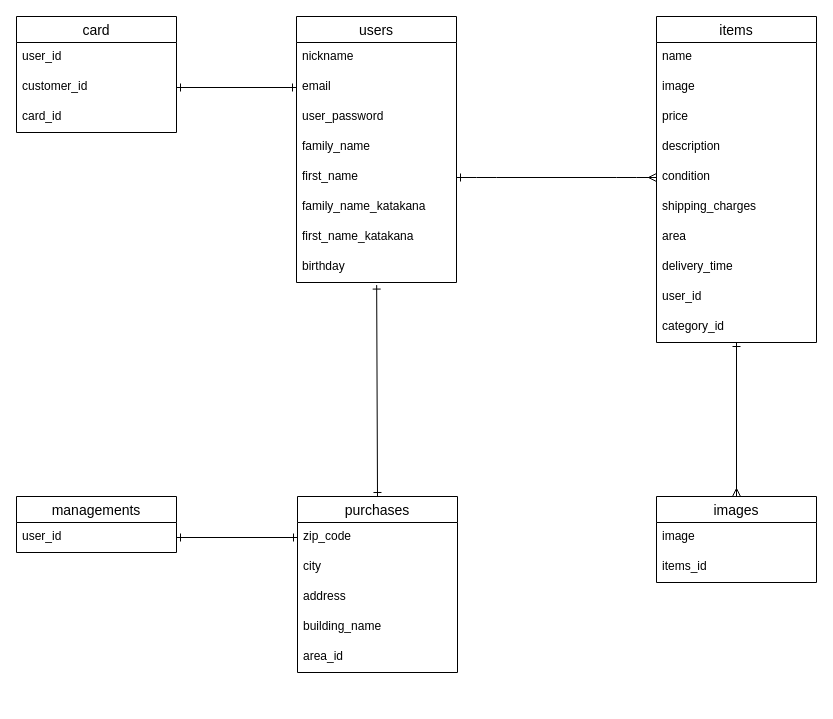
The draw.io diagram furima.dio in knskymsk/furima-39348, before the edit. Source tidied: cells renumbered, new cells numbered last; positions are measured from the earlier drawing's top-left corner, leaving out a move shared by most shapes. Both pictures are drawn from the tidied source at 100%, with x=0, y=0 at pixel (16, 16).
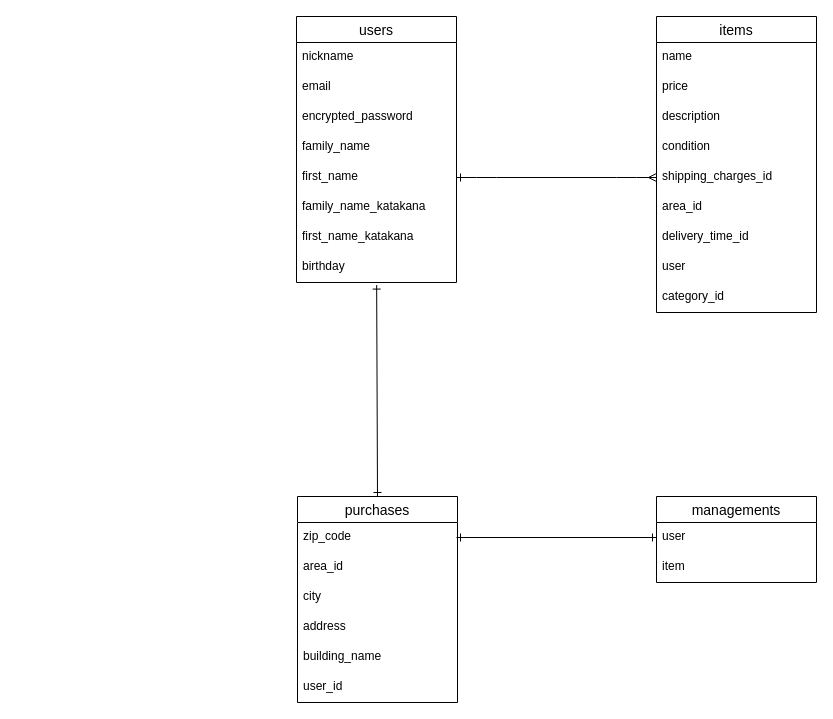
After the change.

Commit message (it also covers changes not shown here):
スペル間違い

Unchanged cells that the change refers to:
```xml
<mxCell id="2" value="users" style="swimlane;fontStyle=0;horizontal=1;startSize=26;align=center;fontSize=14;" parent="1" vertex="1">
  <mxGeometry x="280" width="160" height="266" as="geometry" />
</mxCell>
<mxCell id="4" value="email" style="text;strokeColor=none;fillColor=none;spacingLeft=4;spacingRight=4;overflow=hidden;points=[[0,0.5],[1,0.5]];portConstraint=eastwest;fontSize=12;" parent="2" vertex="1">
  <mxGeometry y="56" width="160" height="30" as="geometry" />
</mxCell>
<mxCell id="7" value="first_name" style="text;strokeColor=none;fillColor=none;spacingLeft=4;spacingRight=4;overflow=hidden;points=[[0,0.5],[1,0.5]];portConstraint=eastwest;fontSize=12;" parent="2" vertex="1">
  <mxGeometry y="146" width="160" height="30" as="geometry" />
</mxCell>
<mxCell id="23" value="zip_code" style="text;strokeColor=none;fillColor=none;spacingLeft=4;spacingRight=4;overflow=hidden;points=[[0,0.5],[1,0.5]];portConstraint=eastwest;fontSize=12;" parent="22" vertex="1">
  <mxGeometry y="26" width="160" height="30" as="geometry" />
</mxCell>
```

What changed in the source:
```diff
@@
-    <mxCell id="5" value="user_password" style="text;strokeColor=none;fillColor=none;spacingLeft=4;spacingRight=4;overflow=hidden;fontSize=12;" parent="2" vertex="1">
+    <mxCell id="5" value="encrypted_password" style="text;strokeColor=none;fillColor=none;spacingLeft=4;spacingRight=4;overflow=hidden;fontSize=12;" parent="2" vertex="1">
       <mxGeometry y="86" width="160" height="30" as="geometry" />
     </mxCell>
@@
     <mxCell id="11" value="items" style="swimlane;fontStyle=0;horizontal=1;startSize=26;align=center;fontSize=14;" parent="1" vertex="1">
-      <mxGeometry x="640" width="160" height="326" as="geometry" />
+      <mxGeometry x="640" width="160" height="296" as="geometry" />
     </mxCell>
@@
-    <mxCell id="13" value="image" style="text;strokeColor=none;fillColor=none;spacingLeft=4;spacingRight=4;overflow=hidden;fontSize=12;" parent="11" vertex="1">
-      <mxGeometry y="56" width="160" height="30" as="geometry" />
-    </mxCell>
     <mxCell id="14" value="price" style="text;strokeColor=none;fillColor=none;spacingLeft=4;spacingRight=4;overflow=hidden;fontSize=12;" parent="11" vertex="1">
-      <mxGeometry y="86" width="160" height="30" as="geometry" />
+      <mxGeometry y="56" width="160" height="30" as="geometry" />
     </mxCell>
     <mxCell id="15" value="description" style="text;strokeColor=none;fillColor=none;spacingLeft=4;spacingRight=4;overflow=hidden;fontSize=12;" parent="11" vertex="1">
-      <mxGeometry y="116" width="160" height="30" as="geometry" />
+      <mxGeometry y="86" width="160" height="30" as="geometry" />
     </mxCell>
     <mxCell id="16" value="condition" style="text;strokeColor=none;fillColor=none;spacingLeft=4;spacingRight=4;overflow=hidden;points=[[0,0.5],[1,0.5]];portConstraint=eastwest;fontSize=12;" parent="11" vertex="1">
-      <mxGeometry y="146" width="160" height="30" as="geometry" />
+      <mxGeometry y="116" width="160" height="30" as="geometry" />
     </mxCell>
-    <mxCell id="17" value="shipping_charges" style="text;strokeColor=none;fillColor=none;spacingLeft=4;spacingRight=4;overflow=hidden;points=[[0,0.5],[1,0.5]];portConstraint=eastwest;fontSize=12;" parent="11" vertex="1">
-      <mxGeometry y="176" width="160" height="30" as="geometry" />
+    <mxCell id="17" value="shipping_charges_id" style="text;strokeColor=none;fillColor=none;spacingLeft=4;spacingRight=4;overflow=hidden;points=[[0,0.5],[1,0.5]];portConstraint=eastwest;fontSize=12;" parent="11" vertex="1">
+      <mxGeometry y="146" width="160" height="30" as="geometry" />
     </mxCell>
-    <mxCell id="18" value="area" style="text;strokeColor=none;fillColor=none;spacingLeft=4;spacingRight=4;overflow=hidden;fontSize=12;" parent="11" vertex="1">
-      <mxGeometry y="206" width="160" height="30" as="geometry" />
+    <mxCell id="18" value="area_id" style="text;strokeColor=none;fillColor=none;spacingLeft=4;spacingRight=4;overflow=hidden;fontSize=12;" parent="11" vertex="1">
+      <mxGeometry y="176" width="160" height="30" as="geometry" />
     </mxCell>
-    <mxCell id="19" value="delivery_time" style="text;strokeColor=none;fillColor=none;spacingLeft=4;spacingRight=4;overflow=hidden;fontSize=12;" parent="11" vertex="1">
-      <mxGeometry y="236" width="160" height="30" as="geometry" />
+    <mxCell id="19" value="delivery_time_id" style="text;strokeColor=none;fillColor=none;spacingLeft=4;spacingRight=4;overflow=hidden;fontSize=12;" parent="11" vertex="1">
+      <mxGeometry y="206" width="160" height="30" as="geometry" />
     </mxCell>
-    <mxCell id="20" value="user_id" style="text;strokeColor=none;fillColor=none;spacingLeft=4;spacingRight=4;overflow=hidden;fontSize=12;" parent="11" vertex="1">
-      <mxGeometry y="266" width="160" height="30" as="geometry" />
+    <mxCell id="20" value="user" style="text;strokeColor=none;fillColor=none;spacingLeft=4;spacingRight=4;overflow=hidden;fontSize=12;" parent="11" vertex="1">
+      <mxGeometry y="236" width="160" height="30" as="geometry" />
     </mxCell>
     <mxCell id="21" value="category_id" style="text;strokeColor=none;fillColor=none;spacingLeft=4;spacingRight=4;overflow=hidden;points=[[0,0.5],[1,0.5]];portConstraint=eastwest;fontSize=12;" parent="11" vertex="1">
-      <mxGeometry y="296" width="160" height="30" as="geometry" />
+      <mxGeometry y="266" width="160" height="30" as="geometry" />
     </mxCell>
     <mxCell id="22" value="purchases" style="swimlane;fontStyle=0;horizontal=1;startSize=26;align=center;fontSize=14;" parent="1" vertex="1">
-      <mxGeometry x="281" y="480" width="160" height="176" as="geometry" />
+      <mxGeometry x="281" y="480" width="160" height="206" as="geometry" />
     </mxCell>
@@
+    <mxCell id="27" value="area_id" style="text;strokeColor=none;fillColor=none;spacingLeft=4;spacingRight=4;overflow=hidden;fontSize=12;" parent="22" vertex="1">
+      <mxGeometry y="56" width="160" height="30" as="geometry" />
+    </mxCell>
     <mxCell id="24" value="city" style="text;strokeColor=none;fillColor=none;spacingLeft=4;spacingRight=4;overflow=hidden;fontSize=12;" parent="22" vertex="1">
-      <mxGeometry y="56" width="160" height="30" as="geometry" />
+      <mxGeometry y="86" width="160" height="30" as="geometry" />
     </mxCell>
     <mxCell id="25" value="address" style="text;strokeColor=none;fillColor=none;spacingLeft=4;spacingRight=4;overflow=hidden;fontSize=12;" parent="22" vertex="1">
-      <mxGeometry y="86" width="160" height="30" as="geometry" />
+      <mxGeometry y="116" width="160" height="30" as="geometry" />
     </mxCell>
     <mxCell id="26" value="building_name" style="text;strokeColor=none;fillColor=none;spacingLeft=4;spacingRight=4;overflow=hidden;fontSize=12;" parent="22" vertex="1">
-      <mxGeometry y="116" width="160" height="30" as="geometry" />
+      <mxGeometry y="146" width="160" height="30" as="geometry" />
     </mxCell>
-    <mxCell id="27" value="area_id" style="text;strokeColor=none;fillColor=none;spacingLeft=4;spacingRight=4;overflow=hidden;fontSize=12;" parent="22" vertex="1">
-      <mxGeometry y="146" width="160" height="30" as="geometry" />
-    </mxCell>
-    <mxCell id="28" value="images" style="swimlane;fontStyle=0;horizontal=1;startSize=26;align=center;fontSize=14;" parent="1" vertex="1">
-      <mxGeometry x="640" y="480" width="160" height="86" as="geometry" />
-    </mxCell>
-    <mxCell id="29" value="image" style="text;strokeColor=none;fillColor=none;spacingLeft=4;spacingRight=4;overflow=hidden;fontSize=12;" parent="28" vertex="1">
-      <mxGeometry y="26" width="160" height="30" as="geometry" />
-    </mxCell>
-    <mxCell id="30" value="items_id" style="text;strokeColor=none;fillColor=none;spacingLeft=4;spacingRight=4;overflow=hidden;fontSize=12;" parent="28" vertex="1">
-      <mxGeometry y="56" width="160" height="30" as="geometry" />
-    </mxCell>
+    <mxCell id="35" value="user_id" style="text;strokeColor=none;fillColor=none;spacingLeft=4;spacingRight=4;overflow=hidden;fontSize=12;" parent="22" vertex="1">
+      <mxGeometry y="176" width="160" height="30" as="geometry" />
+    </mxCell>
-    <mxCell id="31" style="edgeStyle=entityRelationEdgeStyle;fontSize=12;html=1;endArrow=ERmany;startArrow=ERone;entryX=0;entryY=0.5;entryDx=0;entryDy=0;exitX=1;exitY=0.5;exitDx=0;exitDy=0;startFill=0;endFill=0;" parent="1" edge="1" source="7" target="16">
+    <mxCell id="31" style="edgeStyle=entityRelationEdgeStyle;fontSize=12;html=1;endArrow=ERmany;startArrow=ERone;entryX=0;entryY=0.5;entryDx=0;entryDy=0;exitX=1;exitY=0.5;exitDx=0;exitDy=0;startFill=0;endFill=0;" parent="1" edge="1" source="7" target="17">
       <mxGeometry relative="1" as="geometry" />
     </mxCell>
@@
-    <mxCell id="33" style="fontSize=12;html=1;endArrow=ERmany;startArrow=ERone;entryX=0.5;entryY=0;entryDx=0;entryDy=0;startFill=0;endFill=0;" parent="1" edge="1" source="21" target="28">
-      <mxGeometry relative="1" as="geometry" />
-    </mxCell>
-    <mxCell id="34" value="card" style="swimlane;fontStyle=0;horizontal=1;startSize=26;align=center;fontSize=14;" parent="1" vertex="1">
-      <mxGeometry width="160" height="116" as="geometry" />
-    </mxCell>
-    <mxCell id="35" value="user_id" style="text;strokeColor=none;fillColor=none;spacingLeft=4;spacingRight=4;overflow=hidden;fontSize=12;" parent="34" vertex="1">
-      <mxGeometry y="26" width="160" height="30" as="geometry" />
-    </mxCell>
-    <mxCell id="36" value="customer_id" style="text;strokeColor=none;fillColor=none;spacingLeft=4;spacingRight=4;overflow=hidden;points=[[0,0.5],[1,0.5]];portConstraint=eastwest;fontSize=12;" parent="34" vertex="1">
-      <mxGeometry y="56" width="160" height="30" as="geometry" />
-    </mxCell>
-    <mxCell id="37" value="card_id" style="text;strokeColor=none;fillColor=none;spacingLeft=4;spacingRight=4;overflow=hidden;fontSize=12;" parent="34" vertex="1">
-      <mxGeometry y="86" width="160" height="30" as="geometry" />
-    </mxCell>
-    <mxCell id="38" style="fontSize=12;html=1;endArrow=ERone;startArrow=ERone;exitX=1;exitY=0.5;exitDx=0;exitDy=0;entryX=0;entryY=0.5;entryDx=0;entryDy=0;startFill=0;endFill=0;" parent="1" edge="1" source="36" target="4">
-      <mxGeometry relative="1" as="geometry" />
-    </mxCell>
     <mxCell id="39" value="managements" style="swimlane;fontStyle=0;horizontal=1;startSize=26;align=center;fontSize=14;" parent="1" vertex="1">
-      <mxGeometry y="480" width="160" height="56" as="geometry" />
+      <mxGeometry x="640" y="480" width="160" height="86" as="geometry" />
     </mxCell>
-    <mxCell id="40" value="user_id" style="text;strokeColor=none;fillColor=none;spacingLeft=4;spacingRight=4;overflow=hidden;points=[[0,0.5],[1,0.5]];portConstraint=eastwest;fontSize=12;" parent="39" vertex="1">
+    <mxCell id="40" value="user" style="text;strokeColor=none;fillColor=none;spacingLeft=4;spacingRight=4;overflow=hidden;points=[[0,0.5],[1,0.5]];portConstraint=eastwest;fontSize=12;" parent="39" vertex="1">
       <mxGeometry y="26" width="160" height="30" as="geometry" />
     </mxCell>
+    <mxCell id="42" value="item" style="text;strokeColor=none;fillColor=none;spacingLeft=4;spacingRight=4;overflow=hidden;fontSize=12;" parent="39" vertex="1">
+      <mxGeometry y="56" width="160" height="30" as="geometry" />
+    </mxCell>
-    <mxCell id="41" style="fontSize=12;html=1;endArrow=ERone;startArrow=ERone;startFill=0;endFill=0;entryX=0;entryY=0.5;entryDx=0;entryDy=0;exitX=1;exitY=0.5;exitDx=0;exitDy=0;" parent="1" edge="1" source="40" target="23">
-      <mxGeometry relative="1" as="geometry" />
+    <mxCell id="41" style="fontSize=12;html=1;endArrow=ERone;startArrow=ERone;startFill=0;endFill=0;" parent="1" edge="1">
+      <mxGeometry relative="1" as="geometry">
+        <mxPoint x="640" y="521" as="sourcePoint" />
+        <mxPoint x="440" y="521" as="targetPoint" />
+      </mxGeometry>
     </mxCell>
```
